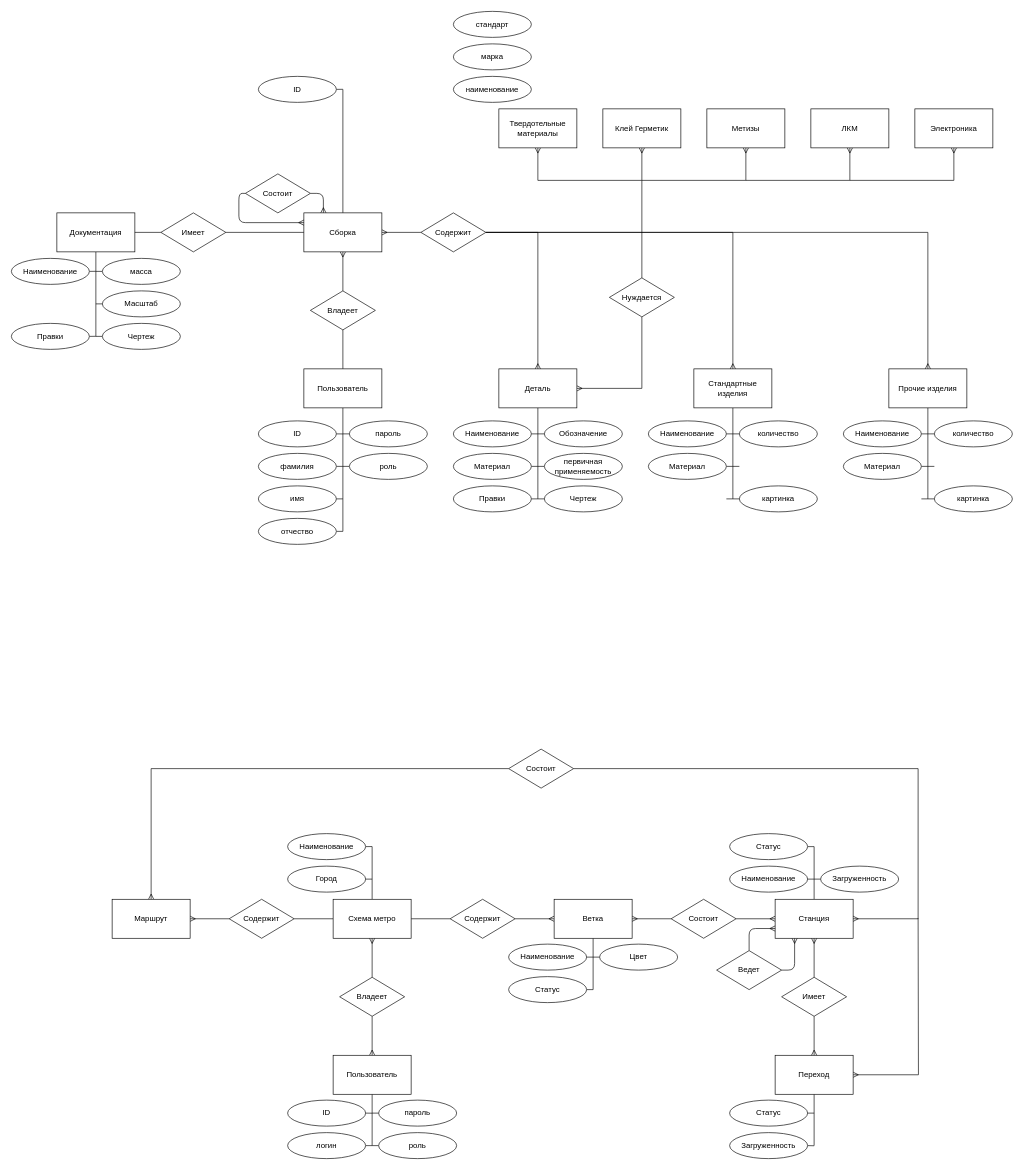
The draw.io diagram charts/ER.drawio in Mihyich/PPO, before the edit. Source tidied: cells renumbered, new cells numbered last; positions are measured from the earlier drawing's top-left corner, leaving out a move shared by most shapes. Both pictures are drawn from the tidied source at 65%, with x=0, y=0 at pixel (11, 11).
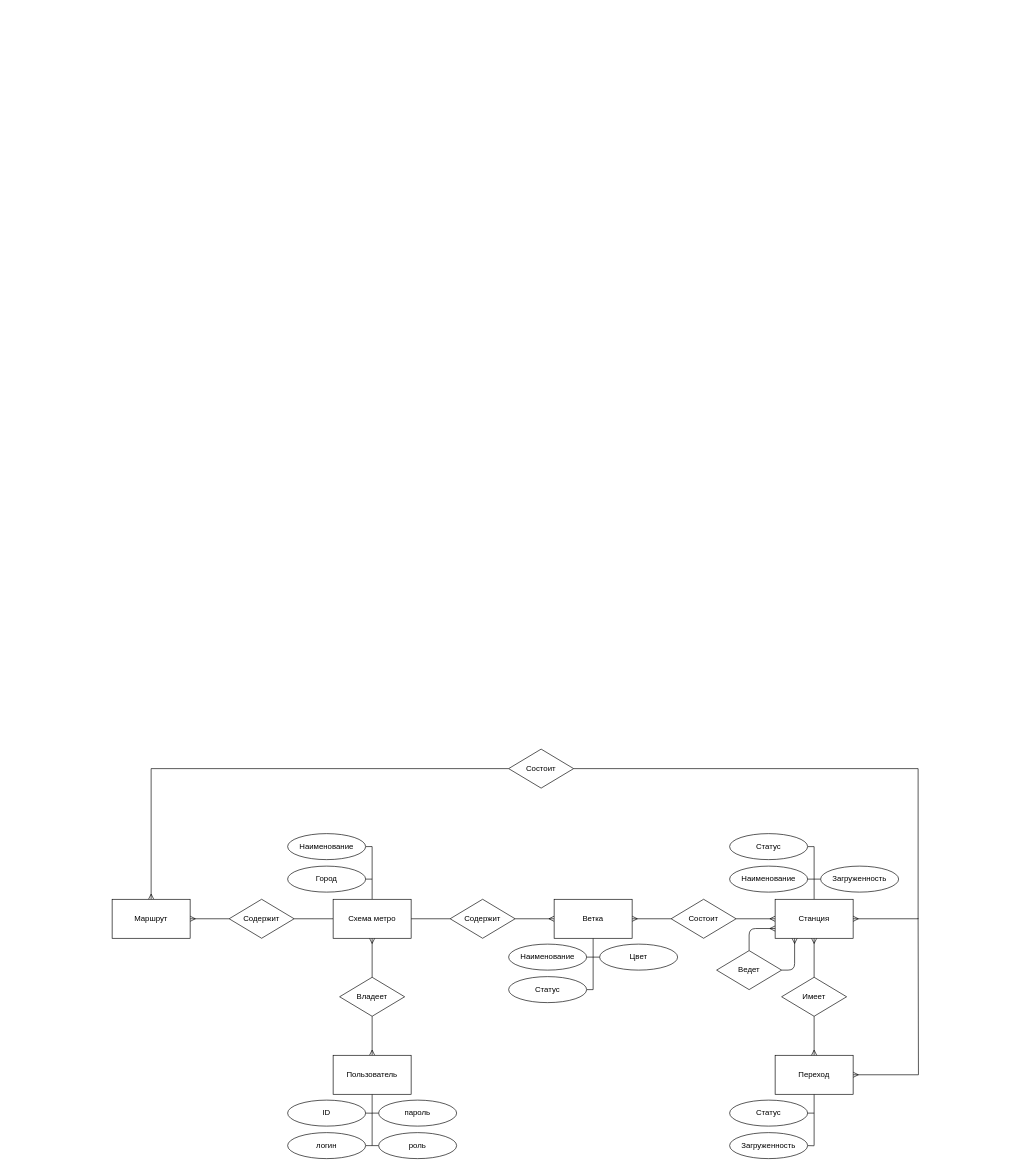
Above is the later version.

Commit message:
Очистка ER диаграммы

The edit, as a diff of the source:
```diff
@@
-    <mxCell id="2" style="edgeStyle=none;html=1;endArrow=none;endFill=0;" parent="1" edge="1" source="4">
-      <mxGeometry relative="1" as="geometry">
-        <mxPoint x="510" y="800" as="targetPoint" />
-      </mxGeometry>
-    </mxCell>
-    <mxCell id="3" style="edgeStyle=none;html=1;entryX=0.5;entryY=1;entryDx=0;entryDy=0;endArrow=none;endFill=0;" parent="1" edge="1" source="4" target="18">
-      <mxGeometry relative="1" as="geometry" />
-    </mxCell>
-    <mxCell id="4" value="Пользователь" style="rounded=0;whiteSpace=wrap;html=1;" parent="1" vertex="1">
-      <mxGeometry x="450" y="550" width="120" height="60" as="geometry" />
-    </mxCell>
-    <mxCell id="5" style="edgeStyle=none;html=1;exitX=1;exitY=0.5;exitDx=0;exitDy=0;endArrow=none;endFill=0;" parent="1" edge="1" source="6">
-      <mxGeometry relative="1" as="geometry">
-        <mxPoint x="510" y="650.1" as="targetPoint" />
-      </mxGeometry>
-    </mxCell>
-    <mxCell id="6" value="ID" style="ellipse;whiteSpace=wrap;html=1;" parent="1" vertex="1">
-      <mxGeometry x="380" y="630" width="120" height="40" as="geometry" />
-    </mxCell>
-    <mxCell id="7" style="edgeStyle=none;html=1;exitX=1;exitY=0.5;exitDx=0;exitDy=0;endArrow=none;endFill=0;" parent="1" edge="1" source="8">
-      <mxGeometry relative="1" as="geometry">
-        <mxPoint x="510" y="700" as="targetPoint" />
-      </mxGeometry>
-    </mxCell>
-    <mxCell id="8" value="фамилия" style="ellipse;whiteSpace=wrap;html=1;" parent="1" vertex="1">
-      <mxGeometry x="380" y="680" width="120" height="40" as="geometry" />
-    </mxCell>
-    <mxCell id="9" style="edgeStyle=none;html=1;endArrow=none;endFill=0;" parent="1" edge="1" source="10">
-      <mxGeometry relative="1" as="geometry">
-        <mxPoint x="510" y="650" as="targetPoint" />
-      </mxGeometry>
-    </mxCell>
-    <mxCell id="10" value="пароль" style="ellipse;whiteSpace=wrap;html=1;" parent="1" vertex="1">
-      <mxGeometry x="520" y="630" width="120" height="40" as="geometry" />
-    </mxCell>
-    <mxCell id="11" style="edgeStyle=none;html=1;exitX=0;exitY=0.5;exitDx=0;exitDy=0;endArrow=none;endFill=0;" parent="1" edge="1" source="12">
-      <mxGeometry relative="1" as="geometry">
-        <mxPoint x="510" y="700" as="targetPoint" />
-      </mxGeometry>
-    </mxCell>
-    <mxCell id="12" value="роль" style="ellipse;whiteSpace=wrap;html=1;" parent="1" vertex="1">
-      <mxGeometry x="520" y="680" width="120" height="40" as="geometry" />
-    </mxCell>
-    <mxCell id="13" style="edgeStyle=none;html=1;exitX=1;exitY=0.5;exitDx=0;exitDy=0;endArrow=none;endFill=0;" parent="1" edge="1" source="14">
-      <mxGeometry relative="1" as="geometry">
-        <mxPoint x="510" y="750" as="targetPoint" />
-      </mxGeometry>
-    </mxCell>
-    <mxCell id="14" value="имя" style="ellipse;whiteSpace=wrap;html=1;" parent="1" vertex="1">
-      <mxGeometry x="380" y="730" width="120" height="40" as="geometry" />
-    </mxCell>
-    <mxCell id="15" style="edgeStyle=none;html=1;exitX=1;exitY=0.5;exitDx=0;exitDy=0;endArrow=none;endFill=0;" parent="1" edge="1" source="16">
-      <mxGeometry relative="1" as="geometry">
-        <mxPoint x="510" y="800" as="targetPoint" />
-      </mxGeometry>
-    </mxCell>
-    <mxCell id="16" value="отчество" style="ellipse;whiteSpace=wrap;html=1;" parent="1" vertex="1">
-      <mxGeometry x="380" y="780" width="120" height="40" as="geometry" />
-    </mxCell>
-    <mxCell id="17" style="edgeStyle=none;html=1;entryX=0.5;entryY=1;entryDx=0;entryDy=0;endArrow=ERmany;endFill=0;" parent="1" edge="1" source="18" target="23">
-      <mxGeometry relative="1" as="geometry" />
-    </mxCell>
-    <mxCell id="18" value="Владеет" style="rhombus;whiteSpace=wrap;html=1;" parent="1" vertex="1">
-      <mxGeometry x="460" y="430" width="100" height="60" as="geometry" />
-    </mxCell>
-    <mxCell id="19" style="edgeStyle=none;html=1;endArrow=none;endFill=0;" parent="1" edge="1" source="23">
-      <mxGeometry relative="1" as="geometry">
-        <mxPoint x="510" y="120" as="targetPoint" />
-      </mxGeometry>
-    </mxCell>
-    <mxCell id="20" style="edgeStyle=none;html=1;exitX=1;exitY=0.5;exitDx=0;exitDy=0;entryX=0;entryY=0.5;entryDx=0;entryDy=0;endArrow=none;endFill=0;startArrow=ERmany;startFill=0;" parent="1" edge="1" source="23" target="27">
-      <mxGeometry relative="1" as="geometry" />
-    </mxCell>
-    <mxCell id="21" style="edgeStyle=orthogonalEdgeStyle;html=1;exitX=0.25;exitY=0;exitDx=0;exitDy=0;entryX=1;entryY=0.5;entryDx=0;entryDy=0;endArrow=none;endFill=0;startArrow=ERmany;startFill=0;" parent="1" edge="1" source="23" target="32">
-      <mxGeometry relative="1" as="geometry" />
-    </mxCell>
-    <mxCell id="22" style="edgeStyle=none;html=1;exitX=0;exitY=0.5;exitDx=0;exitDy=0;entryX=1;entryY=0.5;entryDx=0;entryDy=0;endArrow=none;endFill=0;" parent="1" edge="1" source="23" target="38">
-      <mxGeometry relative="1" as="geometry" />
-    </mxCell>
-    <mxCell id="23" value="Сборка" style="rounded=0;whiteSpace=wrap;html=1;" parent="1" vertex="1">
-      <mxGeometry x="450" y="310" width="120" height="60" as="geometry" />
-    </mxCell>
-    <mxCell id="24" style="edgeStyle=orthogonalEdgeStyle;html=1;exitX=1;exitY=0.5;exitDx=0;exitDy=0;entryX=0.5;entryY=0;entryDx=0;entryDy=0;endArrow=ERmany;endFill=0;rounded=0;curved=0;" parent="1" edge="1" source="27" target="30">
-      <mxGeometry relative="1" as="geometry" />
-    </mxCell>
-    <mxCell id="25" style="edgeStyle=orthogonalEdgeStyle;html=1;entryX=0.5;entryY=0;entryDx=0;entryDy=0;endArrow=ERmany;endFill=0;rounded=0;curved=0;" parent="1" edge="1" source="27" target="44">
-      <mxGeometry relative="1" as="geometry" />
-    </mxCell>
-    <mxCell id="26" style="edgeStyle=orthogonalEdgeStyle;html=1;entryX=0.5;entryY=0;entryDx=0;entryDy=0;endArrow=ERmany;endFill=0;rounded=0;curved=0;" parent="1" edge="1" source="27" target="46">
-      <mxGeometry relative="1" as="geometry" />
-    </mxCell>
-    <mxCell id="27" value="Содержит" style="rhombus;whiteSpace=wrap;html=1;" parent="1" vertex="1">
-      <mxGeometry x="630" y="310" width="100" height="60" as="geometry" />
-    </mxCell>
-    <mxCell id="28" style="edgeStyle=none;html=1;endArrow=none;endFill=0;" parent="1" edge="1" source="30">
-      <mxGeometry relative="1" as="geometry">
-        <mxPoint x="810" y="750" as="targetPoint" />
-      </mxGeometry>
-    </mxCell>
-    <mxCell id="29" style="edgeStyle=orthogonalEdgeStyle;html=1;exitX=1;exitY=0.5;exitDx=0;exitDy=0;entryX=0.5;entryY=1;entryDx=0;entryDy=0;rounded=0;curved=0;endArrow=none;endFill=0;startArrow=ERmany;startFill=0;" parent="1" edge="1" source="30" target="83">
-      <mxGeometry relative="1" as="geometry" />
-    </mxCell>
-    <mxCell id="30" value="Деталь" style="rounded=0;whiteSpace=wrap;html=1;" parent="1" vertex="1">
-      <mxGeometry x="750" y="550" width="120" height="60" as="geometry" />
-    </mxCell>
-    <mxCell id="31" style="edgeStyle=orthogonalEdgeStyle;html=1;exitX=0;exitY=0.5;exitDx=0;exitDy=0;entryX=0;entryY=0.25;entryDx=0;entryDy=0;endArrow=ERmany;endFill=0;" parent="1" edge="1" source="32" target="23">
-      <mxGeometry relative="1" as="geometry" />
-    </mxCell>
-    <mxCell id="32" value="Состоит" style="rhombus;whiteSpace=wrap;html=1;" parent="1" vertex="1">
-      <mxGeometry x="360" y="250" width="100" height="60" as="geometry" />
-    </mxCell>
-    <mxCell id="33" style="edgeStyle=none;html=1;exitX=1;exitY=0.5;exitDx=0;exitDy=0;endArrow=none;endFill=0;" parent="1" edge="1" source="34">
-      <mxGeometry relative="1" as="geometry">
-        <mxPoint x="510" y="119.9" as="targetPoint" />
-      </mxGeometry>
-    </mxCell>
-    <mxCell id="34" value="ID" style="ellipse;whiteSpace=wrap;html=1;" parent="1" vertex="1">
-      <mxGeometry x="380" y="100" width="120" height="40" as="geometry" />
-    </mxCell>
-    <mxCell id="35" style="edgeStyle=none;html=1;endArrow=none;endFill=0;" parent="1" edge="1" source="36">
-      <mxGeometry relative="1" as="geometry">
-        <mxPoint x="130" y="500" as="targetPoint" />
-      </mxGeometry>
-    </mxCell>
-    <mxCell id="36" value="Документация" style="rounded=0;whiteSpace=wrap;html=1;" parent="1" vertex="1">
-      <mxGeometry x="70" y="310" width="120" height="60" as="geometry" />
-    </mxCell>
-    <mxCell id="37" style="edgeStyle=none;html=1;exitX=0;exitY=0.5;exitDx=0;exitDy=0;entryX=1;entryY=0.5;entryDx=0;entryDy=0;endArrow=none;endFill=0;" parent="1" edge="1" source="38" target="36">
-      <mxGeometry relative="1" as="geometry" />
-    </mxCell>
-    <mxCell id="38" value="Имеет" style="rhombus;whiteSpace=wrap;html=1;" parent="1" vertex="1">
-      <mxGeometry x="230" y="310" width="100" height="60" as="geometry" />
-    </mxCell>
-    <mxCell id="39" style="edgeStyle=none;html=1;exitX=1;exitY=0.5;exitDx=0;exitDy=0;endArrow=none;endFill=0;" parent="1" edge="1" source="40">
-      <mxGeometry relative="1" as="geometry">
-        <mxPoint x="810" y="650" as="targetPoint" />
-      </mxGeometry>
-    </mxCell>
-    <mxCell id="40" value="Наименование" style="ellipse;whiteSpace=wrap;html=1;" parent="1" vertex="1">
-      <mxGeometry x="680" y="630" width="120" height="40" as="geometry" />
-    </mxCell>
-    <mxCell id="41" style="edgeStyle=none;html=1;exitX=0;exitY=0.5;exitDx=0;exitDy=0;endArrow=none;endFill=0;" parent="1" edge="1" source="42">
-      <mxGeometry relative="1" as="geometry">
-        <mxPoint x="810" y="650" as="targetPoint" />
-      </mxGeometry>
-    </mxCell>
-    <mxCell id="42" value="Обозначение" style="ellipse;whiteSpace=wrap;html=1;" parent="1" vertex="1">
-      <mxGeometry x="820" y="630" width="120" height="40" as="geometry" />
-    </mxCell>
-    <mxCell id="43" style="edgeStyle=none;html=1;endArrow=none;endFill=0;" parent="1" edge="1" source="44">
-      <mxGeometry relative="1" as="geometry">
-        <mxPoint x="1110" y="750" as="targetPoint" />
-      </mxGeometry>
-    </mxCell>
-    <mxCell id="44" value="Стандартные изделия" style="rounded=0;whiteSpace=wrap;html=1;" parent="1" vertex="1">
-      <mxGeometry x="1050" y="550" width="120" height="60" as="geometry" />
-    </mxCell>
-    <mxCell id="45" style="edgeStyle=none;html=1;endArrow=none;endFill=0;" parent="1" edge="1" source="46">
-      <mxGeometry relative="1" as="geometry">
-        <mxPoint x="1410" y="750" as="targetPoint" />
-      </mxGeometry>
-    </mxCell>
-    <mxCell id="46" value="Прочие изделия" style="rounded=0;whiteSpace=wrap;html=1;" parent="1" vertex="1">
-      <mxGeometry x="1350" y="550" width="120" height="60" as="geometry" />
-    </mxCell>
-    <mxCell id="47" style="edgeStyle=none;html=1;exitX=0;exitY=0.5;exitDx=0;exitDy=0;endArrow=none;endFill=0;" parent="1" edge="1" source="48">
-      <mxGeometry relative="1" as="geometry">
-        <mxPoint x="810" y="700" as="targetPoint" />
-      </mxGeometry>
-    </mxCell>
-    <mxCell id="48" value="первичная применяемость" style="ellipse;whiteSpace=wrap;html=1;" parent="1" vertex="1">
-      <mxGeometry x="820" y="680" width="120" height="40" as="geometry" />
-    </mxCell>
-    <mxCell id="49" style="edgeStyle=none;html=1;exitX=1;exitY=0.5;exitDx=0;exitDy=0;endArrow=none;endFill=0;" parent="1" edge="1" source="50">
-      <mxGeometry relative="1" as="geometry">
-        <mxPoint x="810" y="700" as="targetPoint" />
-      </mxGeometry>
-    </mxCell>
-    <mxCell id="50" value="Материал" style="ellipse;whiteSpace=wrap;html=1;" parent="1" vertex="1">
-      <mxGeometry x="680" y="680" width="120" height="40" as="geometry" />
-    </mxCell>
-    <mxCell id="51" style="edgeStyle=none;html=1;exitX=1;exitY=0.5;exitDx=0;exitDy=0;endArrow=none;endFill=0;entryX=0;entryY=0.5;entryDx=0;entryDy=0;" parent="1" edge="1" source="52" target="53">
-      <mxGeometry relative="1" as="geometry" />
-    </mxCell>
-    <mxCell id="52" value="Правки" style="ellipse;whiteSpace=wrap;html=1;" parent="1" vertex="1">
-      <mxGeometry x="680" y="730" width="120" height="40" as="geometry" />
-    </mxCell>
-    <mxCell id="53" value="Чертеж" style="ellipse;whiteSpace=wrap;html=1;" parent="1" vertex="1">
-      <mxGeometry x="820" y="730" width="120" height="40" as="geometry" />
-    </mxCell>
-    <mxCell id="54" style="edgeStyle=none;html=1;exitX=1;exitY=0.5;exitDx=0;exitDy=0;endArrow=none;endFill=0;" parent="1" edge="1" source="55">
-      <mxGeometry relative="1" as="geometry">
-        <mxPoint x="130" y="399.9" as="targetPoint" />
-      </mxGeometry>
-    </mxCell>
-    <mxCell id="55" value="Наименование" style="ellipse;whiteSpace=wrap;html=1;" parent="1" vertex="1">
-      <mxGeometry y="380" width="120" height="40" as="geometry" />
-    </mxCell>
-    <mxCell id="56" style="edgeStyle=none;html=1;endArrow=none;endFill=0;" parent="1" edge="1" source="57">
-      <mxGeometry relative="1" as="geometry">
-        <mxPoint x="130" y="500" as="targetPoint" />
-      </mxGeometry>
-    </mxCell>
-    <mxCell id="57" value="Чертеж" style="ellipse;whiteSpace=wrap;html=1;" parent="1" vertex="1">
-      <mxGeometry x="140" y="480" width="120" height="40" as="geometry" />
-    </mxCell>
-    <mxCell id="58" style="edgeStyle=none;html=1;exitX=0;exitY=0.5;exitDx=0;exitDy=0;endArrow=none;endFill=0;" parent="1" edge="1" source="59">
-      <mxGeometry relative="1" as="geometry">
-        <mxPoint x="130" y="450" as="targetPoint" />
-      </mxGeometry>
-    </mxCell>
-    <mxCell id="59" value="Масштаб" style="ellipse;whiteSpace=wrap;html=1;" parent="1" vertex="1">
-      <mxGeometry x="140" y="430" width="120" height="40" as="geometry" />
-    </mxCell>
-    <mxCell id="60" style="edgeStyle=none;html=1;exitX=0;exitY=0.5;exitDx=0;exitDy=0;endArrow=none;endFill=0;" parent="1" edge="1" source="61">
-      <mxGeometry relative="1" as="geometry">
-        <mxPoint x="130" y="400" as="targetPoint" />
-      </mxGeometry>
-    </mxCell>
-    <mxCell id="61" value="масса" style="ellipse;whiteSpace=wrap;html=1;" parent="1" vertex="1">
-      <mxGeometry x="140" y="380" width="120" height="40" as="geometry" />
-    </mxCell>
-    <mxCell id="62" style="edgeStyle=none;html=1;exitX=1;exitY=0.5;exitDx=0;exitDy=0;endArrow=none;endFill=0;" parent="1" edge="1" source="63">
-      <mxGeometry relative="1" as="geometry">
-        <mxPoint x="130" y="499.9" as="targetPoint" />
-      </mxGeometry>
-    </mxCell>
-    <mxCell id="63" value="Правки" style="ellipse;whiteSpace=wrap;html=1;" parent="1" vertex="1">
-      <mxGeometry y="480" width="120" height="40" as="geometry" />
-    </mxCell>
-    <mxCell id="64" style="edgeStyle=none;html=1;exitX=1;exitY=0.5;exitDx=0;exitDy=0;endArrow=none;endFill=0;" parent="1" edge="1" source="65">
-      <mxGeometry relative="1" as="geometry">
-        <mxPoint x="1110" y="650" as="targetPoint" />
-      </mxGeometry>
-    </mxCell>
-    <mxCell id="65" value="Наименование" style="ellipse;whiteSpace=wrap;html=1;" parent="1" vertex="1">
-      <mxGeometry x="980" y="630" width="120" height="40" as="geometry" />
-    </mxCell>
-    <mxCell id="66" style="edgeStyle=none;html=1;exitX=0;exitY=0.5;exitDx=0;exitDy=0;endArrow=none;endFill=0;" parent="1" edge="1" source="67">
-      <mxGeometry relative="1" as="geometry">
-        <mxPoint x="1110" y="650" as="targetPoint" />
-      </mxGeometry>
-    </mxCell>
-    <mxCell id="67" value="количество" style="ellipse;whiteSpace=wrap;html=1;" parent="1" vertex="1">
-      <mxGeometry x="1120" y="630" width="120" height="40" as="geometry" />
-    </mxCell>
-    <mxCell id="68" style="edgeStyle=none;html=1;exitX=0;exitY=0.5;exitDx=0;exitDy=0;endArrow=none;endFill=0;" parent="1" edge="1">
-      <mxGeometry relative="1" as="geometry">
-        <mxPoint x="1120" y="700" as="sourcePoint" />
-        <mxPoint x="1110" y="700" as="targetPoint" />
-      </mxGeometry>
-    </mxCell>
-    <mxCell id="69" style="edgeStyle=none;html=1;exitX=1;exitY=0.5;exitDx=0;exitDy=0;endArrow=none;endFill=0;" parent="1" edge="1" source="70">
-      <mxGeometry relative="1" as="geometry">
-        <mxPoint x="1110" y="700" as="targetPoint" />
-      </mxGeometry>
-    </mxCell>
-    <mxCell id="70" value="Материал" style="ellipse;whiteSpace=wrap;html=1;" parent="1" vertex="1">
-      <mxGeometry x="980" y="680" width="120" height="40" as="geometry" />
-    </mxCell>
-    <mxCell id="71" style="edgeStyle=none;html=1;exitX=1;exitY=0.5;exitDx=0;exitDy=0;endArrow=none;endFill=0;entryX=0;entryY=0.5;entryDx=0;entryDy=0;" parent="1" edge="1" target="72">
-      <mxGeometry relative="1" as="geometry">
-        <mxPoint x="1100" y="750" as="sourcePoint" />
-      </mxGeometry>
-    </mxCell>
-    <mxCell id="72" value="картинка" style="ellipse;whiteSpace=wrap;html=1;" parent="1" vertex="1">
-      <mxGeometry x="1120" y="730" width="120" height="40" as="geometry" />
-    </mxCell>
-    <mxCell id="73" style="edgeStyle=none;html=1;exitX=1;exitY=0.5;exitDx=0;exitDy=0;endArrow=none;endFill=0;" parent="1" edge="1" source="74">
-      <mxGeometry relative="1" as="geometry">
-        <mxPoint x="1410" y="650" as="targetPoint" />
-      </mxGeometry>
-    </mxCell>
-    <mxCell id="74" value="Наименование" style="ellipse;whiteSpace=wrap;html=1;" parent="1" vertex="1">
-      <mxGeometry x="1280" y="630" width="120" height="40" as="geometry" />
-    </mxCell>
-    <mxCell id="75" style="edgeStyle=none;html=1;exitX=0;exitY=0.5;exitDx=0;exitDy=0;endArrow=none;endFill=0;" parent="1" edge="1" source="76">
-      <mxGeometry relative="1" as="geometry">
-        <mxPoint x="1410" y="650" as="targetPoint" />
-      </mxGeometry>
-    </mxCell>
-    <mxCell id="76" value="количество" style="ellipse;whiteSpace=wrap;html=1;" parent="1" vertex="1">
-      <mxGeometry x="1420" y="630" width="120" height="40" as="geometry" />
-    </mxCell>
-    <mxCell id="77" style="edgeStyle=none;html=1;exitX=0;exitY=0.5;exitDx=0;exitDy=0;endArrow=none;endFill=0;" parent="1" edge="1">
-      <mxGeometry relative="1" as="geometry">
-        <mxPoint x="1420" y="700" as="sourcePoint" />
-        <mxPoint x="1410" y="700" as="targetPoint" />
-      </mxGeometry>
-    </mxCell>
-    <mxCell id="78" style="edgeStyle=none;html=1;exitX=1;exitY=0.5;exitDx=0;exitDy=0;endArrow=none;endFill=0;" parent="1" edge="1" source="79">
-      <mxGeometry relative="1" as="geometry">
-        <mxPoint x="1410" y="700" as="targetPoint" />
-      </mxGeometry>
-    </mxCell>
-    <mxCell id="79" value="Материал" style="ellipse;whiteSpace=wrap;html=1;" parent="1" vertex="1">
-      <mxGeometry x="1280" y="680" width="120" height="40" as="geometry" />
-    </mxCell>
-    <mxCell id="80" style="edgeStyle=none;html=1;exitX=1;exitY=0.5;exitDx=0;exitDy=0;endArrow=none;endFill=0;entryX=0;entryY=0.5;entryDx=0;entryDy=0;" parent="1" edge="1" target="81">
-      <mxGeometry relative="1" as="geometry">
-        <mxPoint x="1400" y="750" as="sourcePoint" />
-      </mxGeometry>
-    </mxCell>
-    <mxCell id="81" value="картинка" style="ellipse;whiteSpace=wrap;html=1;" parent="1" vertex="1">
-      <mxGeometry x="1420" y="730" width="120" height="40" as="geometry" />
-    </mxCell>
-    <mxCell id="82" style="edgeStyle=none;html=1;endArrow=none;endFill=0;" parent="1" edge="1" source="83">
-      <mxGeometry relative="1" as="geometry">
-        <mxPoint x="970" y="260" as="targetPoint" />
-      </mxGeometry>
-    </mxCell>
-    <mxCell id="83" value="Нуждается" style="rhombus;whiteSpace=wrap;html=1;" parent="1" vertex="1">
-      <mxGeometry x="920" y="410" width="100" height="60" as="geometry" />
-    </mxCell>
-    <mxCell id="84" style="edgeStyle=orthogonalEdgeStyle;html=1;endArrow=none;endFill=0;rounded=0;startArrow=ERmany;startFill=0;" parent="1" edge="1" source="85">
-      <mxGeometry relative="1" as="geometry">
-        <mxPoint x="970" y="260" as="targetPoint" />
-        <Array as="points">
-          <mxPoint x="810" y="260" />
-        </Array>
-      </mxGeometry>
-    </mxCell>
-    <mxCell id="85" value="Твердотельные материалы" style="rounded=0;whiteSpace=wrap;html=1;" parent="1" vertex="1">
-      <mxGeometry x="750" y="150" width="120" height="60" as="geometry" />
-    </mxCell>
-    <mxCell id="86" style="edgeStyle=orthogonalEdgeStyle;html=1;rounded=0;endArrow=none;endFill=0;startArrow=ERmany;startFill=0;" parent="1" edge="1" source="87">
-      <mxGeometry relative="1" as="geometry">
-        <mxPoint x="970" y="260" as="targetPoint" />
-        <Array as="points">
-          <mxPoint x="1130" y="260" />
-        </Array>
-      </mxGeometry>
-    </mxCell>
-    <mxCell id="87" value="Метизы" style="rounded=0;whiteSpace=wrap;html=1;" parent="1" vertex="1">
-      <mxGeometry x="1070" y="150" width="120" height="60" as="geometry" />
-    </mxCell>
-    <mxCell id="88" style="edgeStyle=none;html=1;endArrow=none;endFill=0;startArrow=ERmany;startFill=0;" parent="1" edge="1" source="89">
-      <mxGeometry relative="1" as="geometry">
-        <mxPoint x="970" y="260" as="targetPoint" />
-      </mxGeometry>
-    </mxCell>
-    <mxCell id="89" value="Клей Герметик" style="rounded=0;whiteSpace=wrap;html=1;" parent="1" vertex="1">
-      <mxGeometry x="910" y="150" width="120" height="60" as="geometry" />
-    </mxCell>
-    <mxCell id="90" style="edgeStyle=orthogonalEdgeStyle;html=1;rounded=0;endArrow=none;endFill=0;startArrow=ERmany;startFill=0;" parent="1" edge="1" source="91">
-      <mxGeometry relative="1" as="geometry">
-        <mxPoint x="1130" y="260" as="targetPoint" />
-        <Array as="points">
-          <mxPoint x="1290" y="260" />
-        </Array>
-      </mxGeometry>
-    </mxCell>
-    <mxCell id="91" value="ЛКМ" style="rounded=0;whiteSpace=wrap;html=1;" parent="1" vertex="1">
-      <mxGeometry x="1230" y="150" width="120" height="60" as="geometry" />
-    </mxCell>
-    <mxCell id="92" style="edgeStyle=orthogonalEdgeStyle;html=1;rounded=0;endArrow=none;endFill=0;startArrow=ERmany;startFill=0;" parent="1" edge="1" source="93">
-      <mxGeometry relative="1" as="geometry">
-        <mxPoint x="1290" y="260" as="targetPoint" />
-        <Array as="points">
-          <mxPoint x="1450" y="260" />
-        </Array>
-      </mxGeometry>
-    </mxCell>
-    <mxCell id="93" value="Электроника" style="rounded=0;whiteSpace=wrap;html=1;" parent="1" vertex="1">
-      <mxGeometry x="1390" y="150" width="120" height="60" as="geometry" />
-    </mxCell>
-    <mxCell id="94" value="наименование" style="ellipse;whiteSpace=wrap;html=1;" parent="1" vertex="1">
-      <mxGeometry x="680" y="100" width="120" height="40" as="geometry" />
-    </mxCell>
-    <mxCell id="95" value="марка" style="ellipse;whiteSpace=wrap;html=1;" parent="1" vertex="1">
-      <mxGeometry x="680" y="50" width="120" height="40" as="geometry" />
-    </mxCell>
-    <mxCell id="96" value="стандарт" style="ellipse;whiteSpace=wrap;html=1;" parent="1" vertex="1">
-      <mxGeometry x="680" width="120" height="40" as="geometry" />
-    </mxCell>
```
